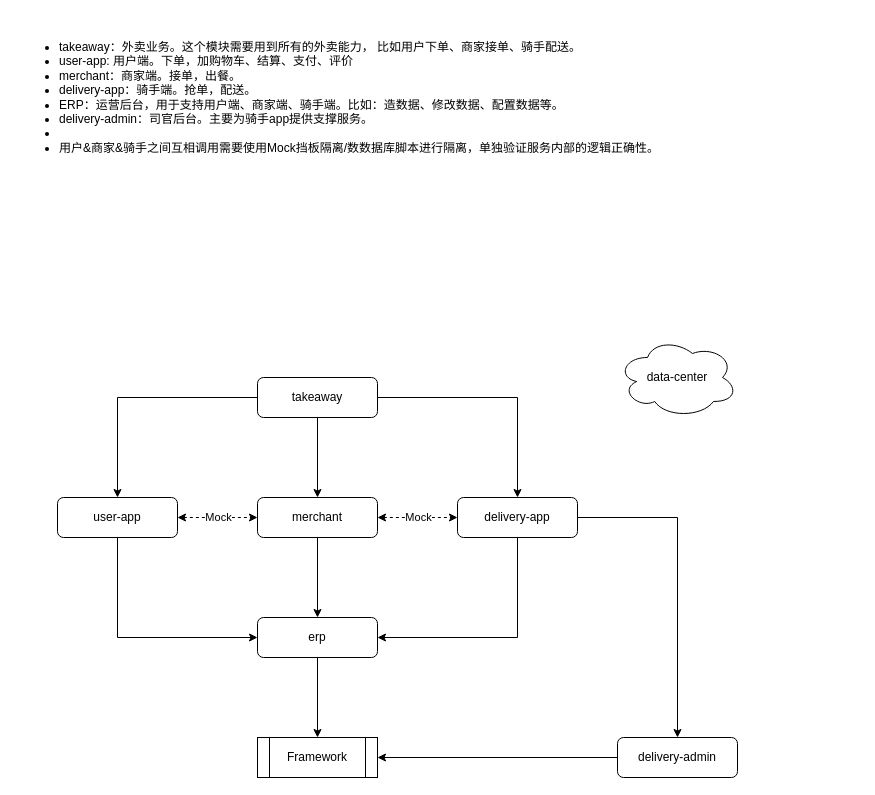
Before: page "测试用例依赖关系图" (6 of 6) of docs/HP业务梳理.drawio in pan444909312/automation, a draw.io diagram. Source tidied: cells renumbered, new cells numbered last; positions are measured from the earlier drawing's top-left corner, leaving out a move shared by most shapes. Both pictures are drawn from the tidied source at 100%, with x=0, y=0 at pixel (17, 17).
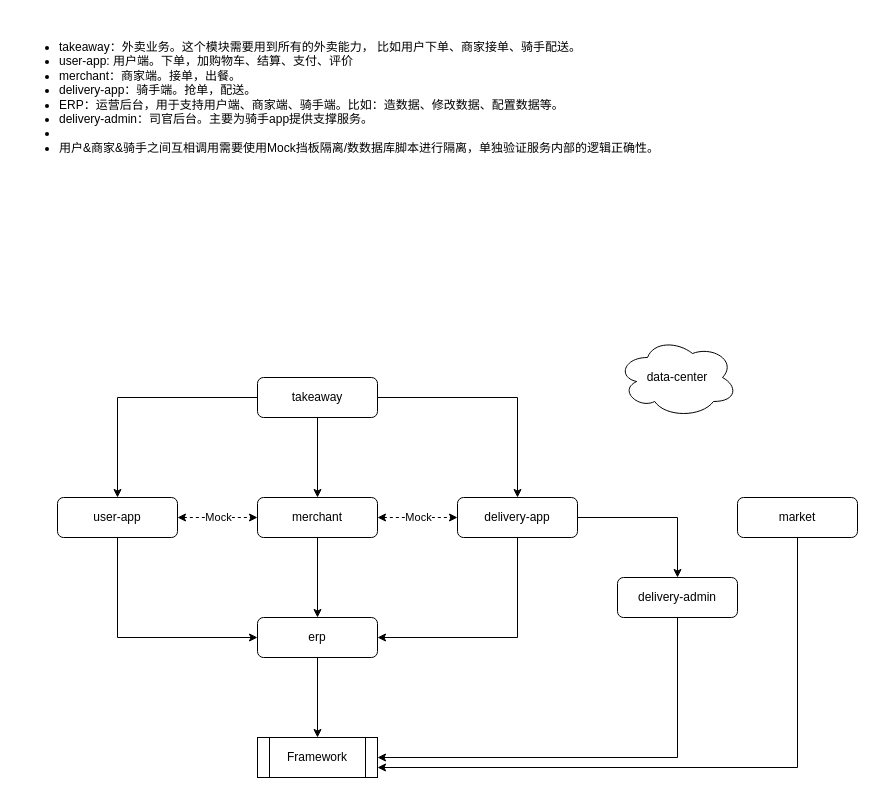
Above is the later version.

Unchanged cells that the change refers to:
```xml
<mxCell id="11" value="Framework" style="shape=process;whiteSpace=wrap;html=1;backgroundOutline=1;" parent="1" vertex="1">
  <mxGeometry x="240" y="720" width="120" height="40" as="geometry" />
</mxCell>
```

Diff of the diagram source:
```diff
@@
-    <mxCell id="16" style="edgeStyle=orthogonalEdgeStyle;rounded=0;jettySize=auto;html=1;entryX=1;entryY=0.5;entryDx=0;entryDy=0;" parent="1" edge="1" source="17" target="11">
+    <mxCell id="16" style="edgeStyle=orthogonalEdgeStyle;rounded=0;jettySize=auto;html=1;entryX=1;entryY=0.5;entryDx=0;entryDy=0;exitX=0.5;exitY=1;exitDx=0;exitDy=0;" parent="1" edge="1" source="17" target="11">
       <mxGeometry relative="1" as="geometry" />
     </mxCell>
     <mxCell id="17" value="delivery-admin" style="rounded=1;whiteSpace=wrap;html=1;" parent="1" vertex="1">
-      <mxGeometry x="600" y="720" width="120" height="40" as="geometry" />
+      <mxGeometry x="600" y="560" width="120" height="40" as="geometry" />
     </mxCell>
@@
+    <mxCell id="24" style="edgeStyle=orthogonalEdgeStyle;rounded=0;jettySize=auto;html=1;entryX=1;entryY=0.75;entryDx=0;entryDy=0;exitX=0.5;exitY=1;exitDx=0;exitDy=0;" parent="1" edge="1" source="25" target="11">
+      <mxGeometry relative="1" as="geometry" />
+    </mxCell>
+    <mxCell id="25" value="market" style="rounded=1;whiteSpace=wrap;html=1;" parent="1" vertex="1">
+      <mxGeometry x="720" y="480" width="120" height="40" as="geometry" />
+    </mxCell>
```
